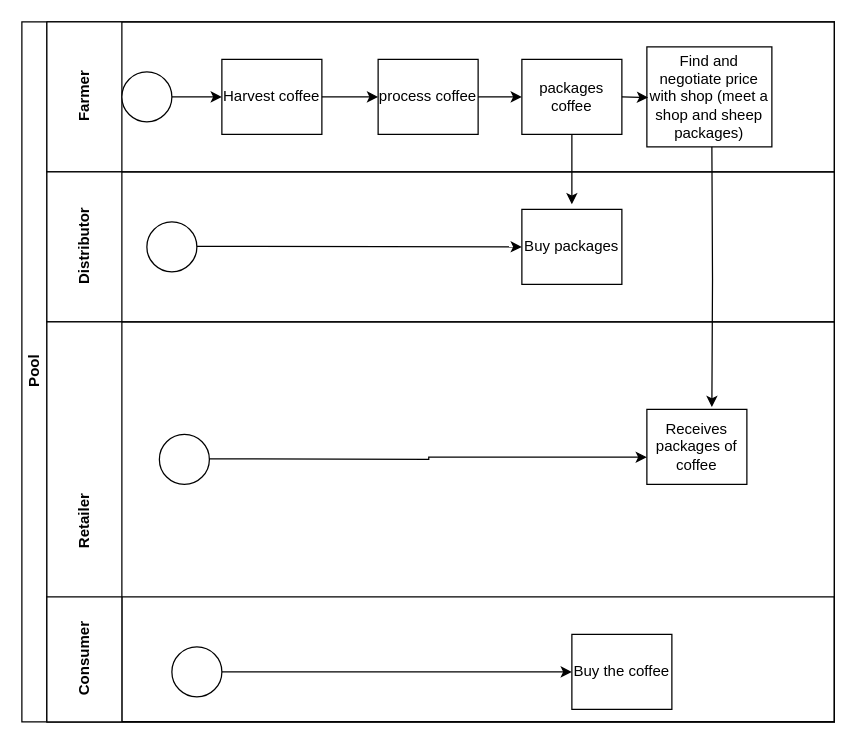
The draw.io diagram uml/Activity diagram.drawio in roqueorts/nd1309-Project-6b-Example-Template, before the edit. Source tidied: cells renumbered, new cells numbered last; positions are measured from the earlier drawing's top-left corner, leaving out a move shared by most shapes. Both pictures are drawn from the tidied source at 125%, with x=0, y=0 at pixel (21, 21).
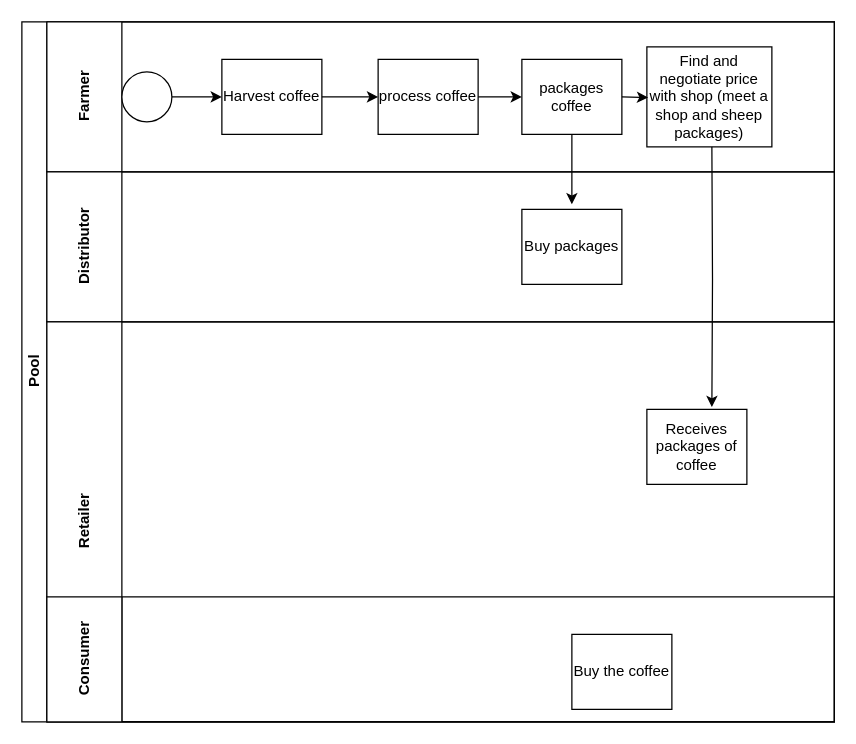
Above is the later version.

The change refers to these unchanged cells:
```xml
<mxCell id="12" value="Distributor&lt;br&gt;" style="swimlane;html=1;startSize=60;horizontal=0;" parent="2" vertex="1">
  <mxGeometry x="20" y="120" width="630" height="120" as="geometry" />
</mxCell>
<mxCell id="15" value="Buy packages" style="rounded=0;whiteSpace=wrap;html=1;fontFamily=Helvetica;fontSize=12;fontColor=#000000;align=center;" parent="12" vertex="1">
  <mxGeometry x="380" y="30" width="80" height="60" as="geometry" />
</mxCell>
<mxCell id="16" value="Retailer" style="swimlane;html=1;startSize=60;horizontal=0;" parent="2" vertex="1">
  <mxGeometry x="20" y="240" width="630" height="320" as="geometry" />
</mxCell>
<mxCell id="17" value="Buy the coffee" style="rounded=0;whiteSpace=wrap;html=1;fontFamily=Helvetica;fontSize=12;fontColor=#000000;align=center;" parent="16" vertex="1">
  <mxGeometry x="420" y="250" width="80" height="60" as="geometry" />
</mxCell>
<mxCell id="20" value="Receives packages of coffee" style="rounded=0;whiteSpace=wrap;html=1;fontFamily=Helvetica;fontSize=12;fontColor=#000000;align=center;" parent="16" vertex="1">
  <mxGeometry x="480" y="70" width="80" height="60" as="geometry" />
</mxCell>
```

The edit, as a diff of the source:
```diff
@@
-    <mxCell id="13" style="ellipse;whiteSpace=wrap;html=1;" parent="12" vertex="1">
-      <mxGeometry x="80" y="40" width="40" height="40" as="geometry" />
-    </mxCell>
-    <mxCell id="14" style="edgeStyle=orthogonalEdgeStyle;rounded=0;jettySize=auto;html=1;entryX=0;entryY=0.5;entryDx=0;entryDy=0;" parent="12" edge="1" target="15">
-      <mxGeometry relative="1" as="geometry">
-        <mxPoint x="120" y="59.5" as="sourcePoint" />
-      </mxGeometry>
-    </mxCell>
@@
-    <mxCell id="18" style="edgeStyle=orthogonalEdgeStyle;rounded=0;jettySize=auto;html=1;entryX=0;entryY=0.5;entryDx=0;entryDy=0;" parent="16" edge="1" source="19" target="17">
-      <mxGeometry relative="1" as="geometry" />
-    </mxCell>
-    <mxCell id="19" style="ellipse;whiteSpace=wrap;html=1;" parent="16" vertex="1">
-      <mxGeometry x="100" y="260" width="40" height="40" as="geometry" />
-    </mxCell>
@@
-    <mxCell id="21" style="ellipse;whiteSpace=wrap;html=1;" parent="16" vertex="1">
-      <mxGeometry x="90" y="90" width="40" height="40" as="geometry" />
-    </mxCell>
-    <mxCell id="22" style="edgeStyle=orthogonalEdgeStyle;rounded=0;jettySize=auto;html=1;entryX=0;entryY=0.637;entryDx=0;entryDy=0;entryPerimeter=0;" parent="16" edge="1" target="20">
-      <mxGeometry relative="1" as="geometry">
-        <mxPoint x="130" y="109.5" as="sourcePoint" />
-      </mxGeometry>
-    </mxCell>
```
